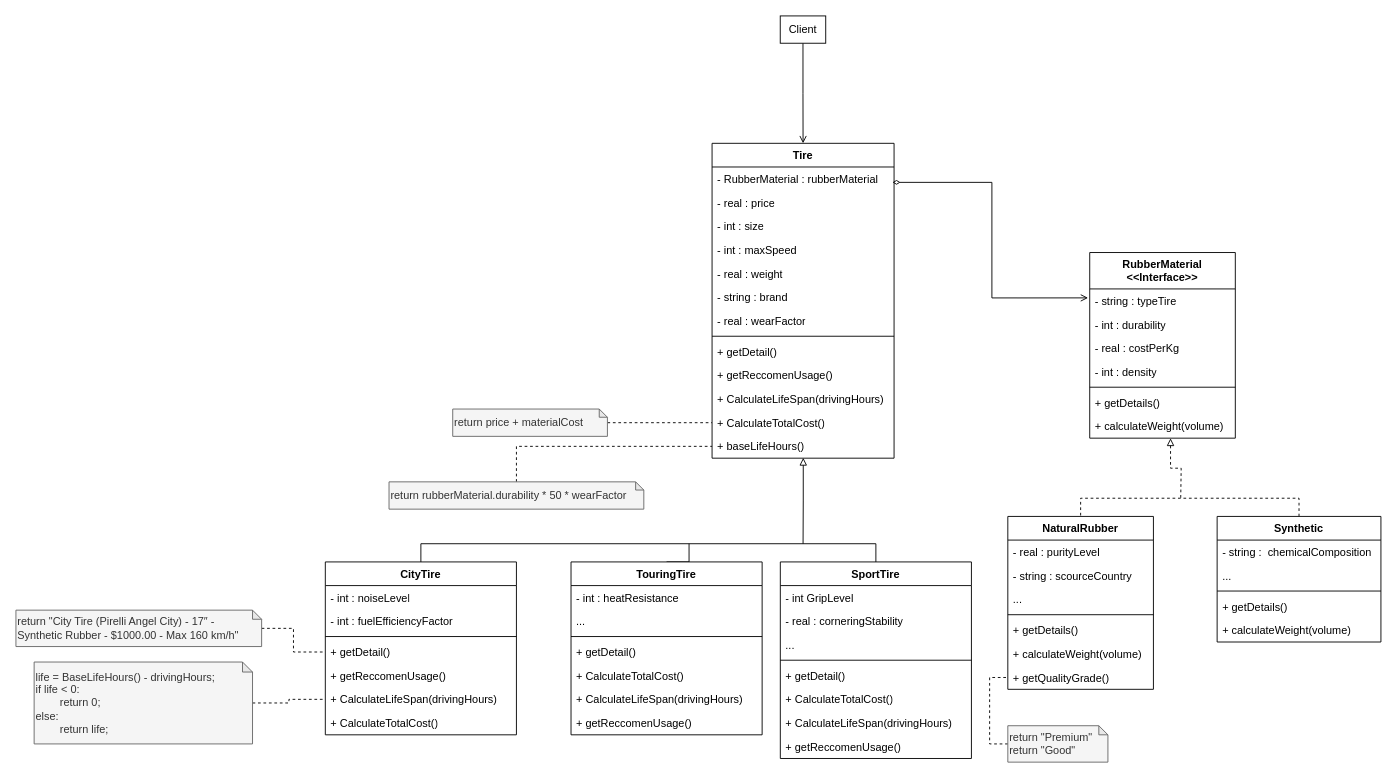
The draw.io diagram page "ฺBridge" (1 of 2) of COS4311/Diagram.drawio in 3chammmpppthichanon/University, before the edit. Source tidied: cells renumbered, new cells numbered last; positions are measured from the earlier drawing's top-left corner, leaving out a move shared by most shapes. Both pictures are drawn from the tidied source at 91%, with x=0, y=0 at pixel (15, 15).
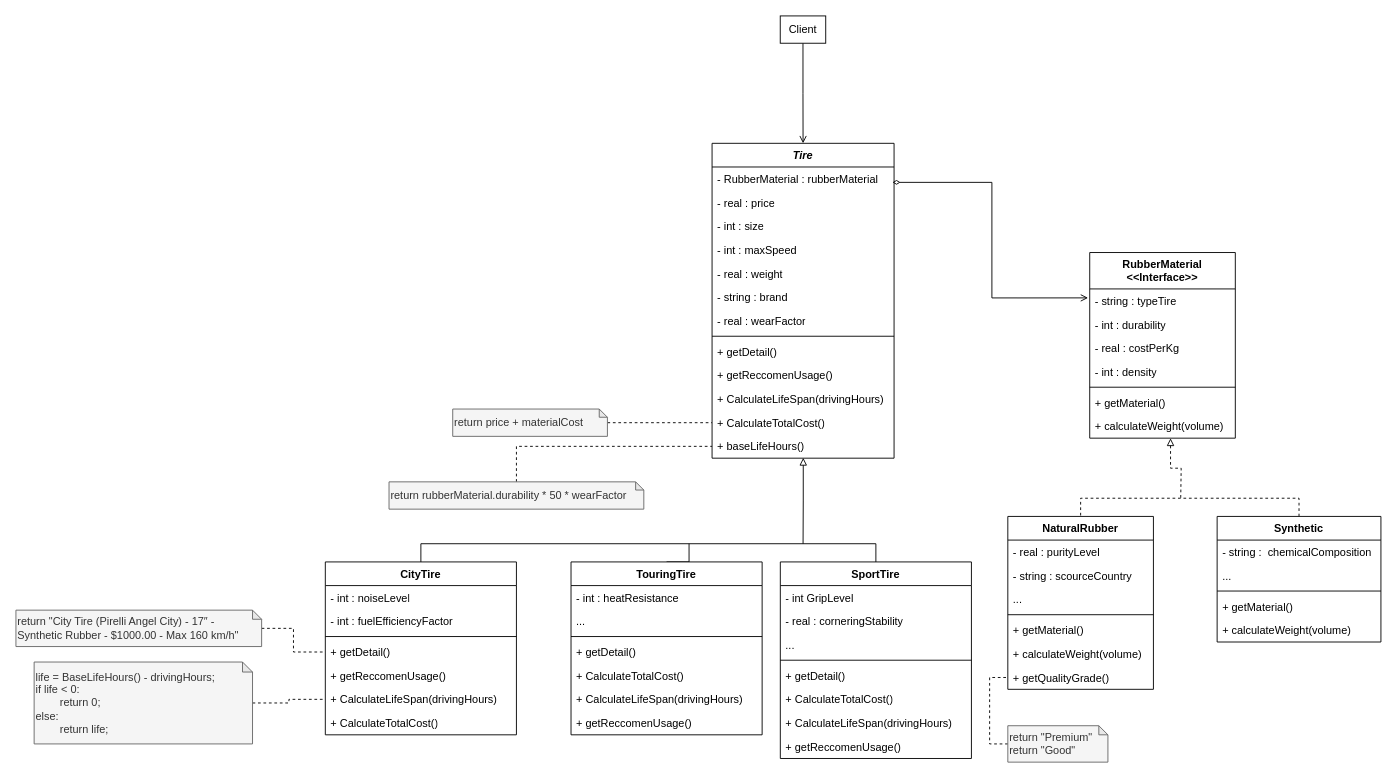
The same diagram, later.

Unchanged cells that the change refers to:
```xml
<mxCell id="2" value="RubberMaterial&lt;div&gt;&lt;span style=&quot;background-color: transparent; color: light-dark(rgb(0, 0, 0), rgb(255, 255, 255));&quot;&gt;&amp;lt;&amp;lt;Interface&amp;gt;&amp;gt;&lt;/span&gt;&lt;/div&gt;" style="swimlane;fontStyle=1;align=center;verticalAlign=top;horizontal=1;startSize=40;whiteSpace=wrap;html=1;" parent="1" vertex="1">
  <mxGeometry x="1180" y="260" width="160" height="204" as="geometry" />
</mxCell>
<mxCell id="27" value="NaturalRubber" style="swimlane;fontStyle=1;align=center;verticalAlign=top;horizontal=1;startSize=26;whiteSpace=wrap;html=1;" parent="1" vertex="1">
  <mxGeometry x="1090" y="550" width="160" height="190" as="geometry" />
</mxCell>
<mxCell id="36" value="Synthetic" style="swimlane;fontStyle=1;align=center;verticalAlign=top;horizontal=1;startSize=26;whiteSpace=wrap;html=1;" parent="1" vertex="1">
  <mxGeometry x="1320" y="550" width="180" height="138" as="geometry" />
</mxCell>
```

The edit, as a diff of the source:
```diff
@@
-    <mxCell id="8" value="+ getDetails()" style="text;strokeColor=none;fillColor=none;align=left;verticalAlign=top;spacingLeft=4;spacingRight=4;overflow=hidden;whiteSpace=wrap;html=1;" parent="2" vertex="1">
+    <mxCell id="8" value="+ getMaterial()" style="text;strokeColor=none;fillColor=none;align=left;verticalAlign=top;spacingLeft=4;spacingRight=4;overflow=hidden;whiteSpace=wrap;html=1;" parent="2" vertex="1">
       <mxGeometry y="152" width="160" height="26" as="geometry" />
     </mxCell>
@@
-    <mxCell id="12" value="Tire" style="swimlane;fontStyle=1;align=center;verticalAlign=top;horizontal=1;startSize=26;whiteSpace=wrap;html=1;" parent="1" vertex="1">
+    <mxCell id="12" value="&lt;i&gt;Tire&lt;/i&gt;" style="swimlane;fontStyle=1;align=center;verticalAlign=top;horizontal=1;startSize=26;whiteSpace=wrap;html=1;" parent="1" vertex="1">
       <mxGeometry x="765" y="140" width="200" height="346" as="geometry" />
     </mxCell>
@@
-    <mxCell id="32" value="+ getDetails()" style="text;strokeColor=none;fillColor=none;align=left;verticalAlign=top;spacingLeft=4;spacingRight=4;overflow=hidden;whiteSpace=wrap;html=1;" parent="27" vertex="1">
+    <mxCell id="32" value="+ getMaterial()" style="text;strokeColor=none;fillColor=none;align=left;verticalAlign=top;spacingLeft=4;spacingRight=4;overflow=hidden;whiteSpace=wrap;html=1;" parent="27" vertex="1">
       <mxGeometry y="112" width="160" height="26" as="geometry" />
     </mxCell>
@@
-    <mxCell id="40" value="+ getDetails()" style="text;strokeColor=none;fillColor=none;align=left;verticalAlign=top;spacingLeft=4;spacingRight=4;overflow=hidden;whiteSpace=wrap;html=1;" parent="36" vertex="1">
+    <mxCell id="40" value="+ getMaterial()" style="text;strokeColor=none;fillColor=none;align=left;verticalAlign=top;spacingLeft=4;spacingRight=4;overflow=hidden;whiteSpace=wrap;html=1;" parent="36" vertex="1">
       <mxGeometry y="86" width="180" height="26" as="geometry" />
     </mxCell>
```
